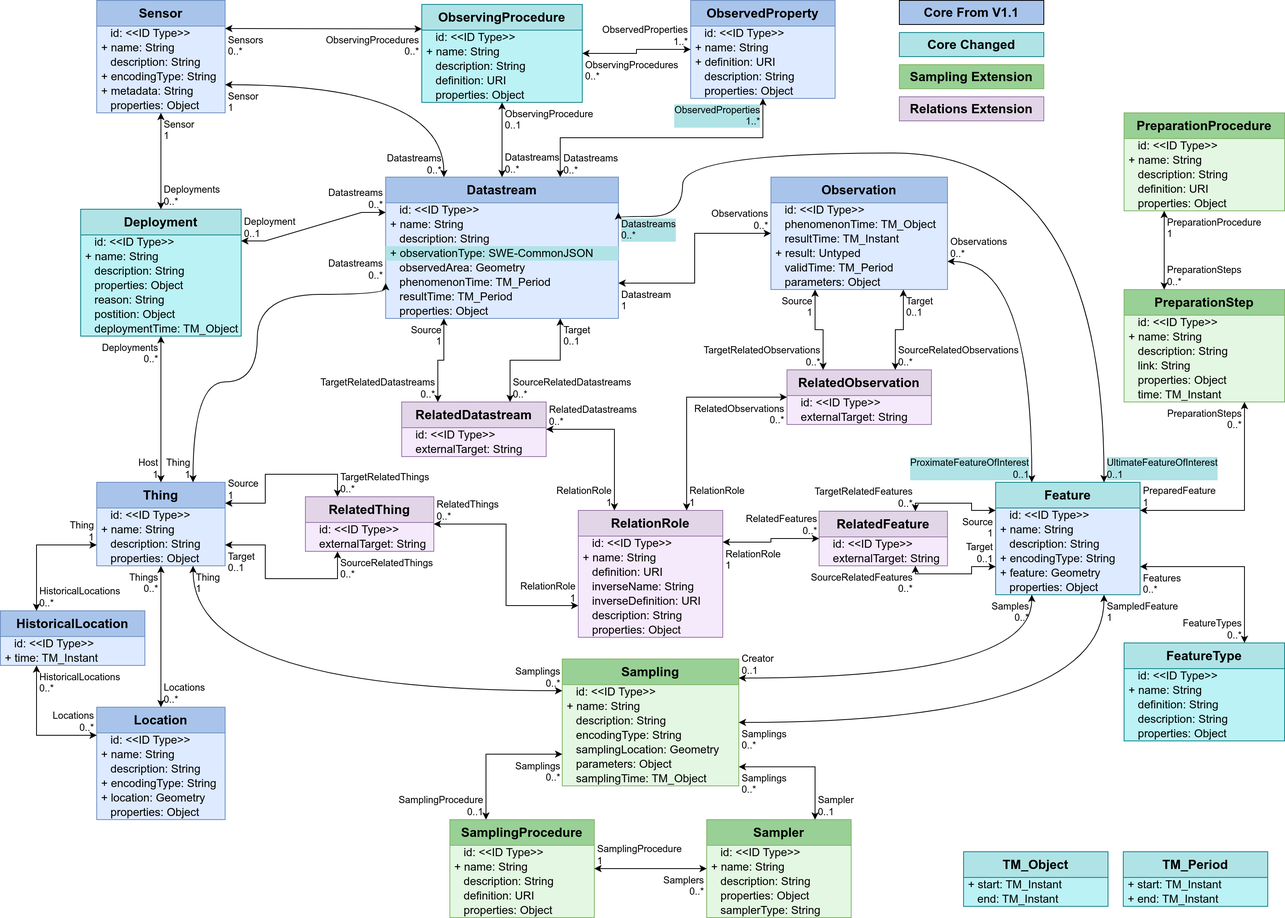
Above: figures/Datamodel-SensorThingsApi-V2-proposal-1.drawio.png in opengeospatial/sensorthings (draw.io), before the change. Source tidied: cells renumbered, new cells last; positions are measured from the earlier drawing's top-left corner, leaving out a move shared by most shapes.
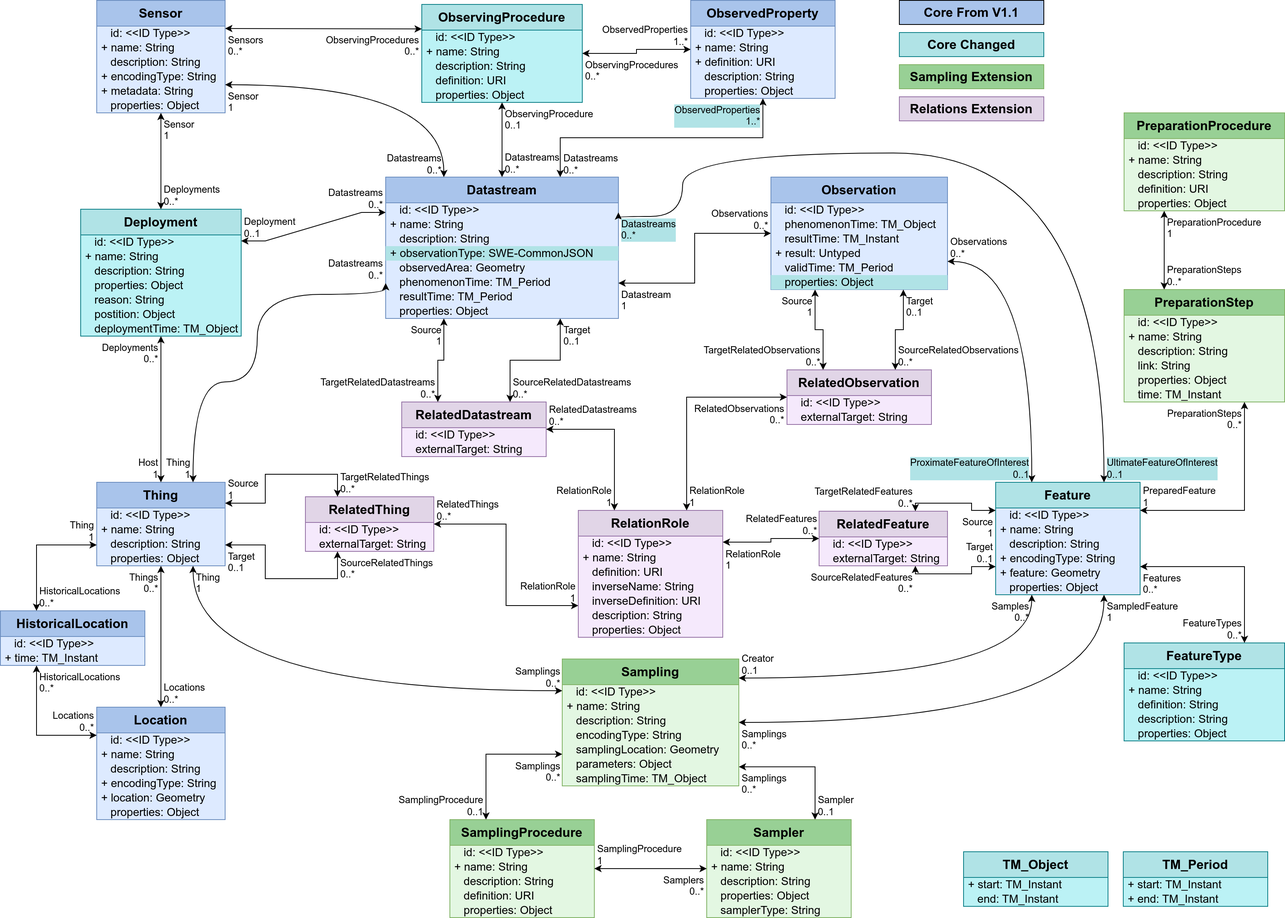
After the commit.

Commit message:
Renamed Observation/parameters to properties

Diff of the diagram source:
```diff
@@ -173,7 +173,7 @@
     <mxCell id="56" value="&amp;nbsp;&amp;nbsp;&amp;nbsp;validTime:&amp;nbsp;TM_Period" style="text;strokeColor=none;fillColor=none;align=left;verticalAlign=middle;spacingLeft=4;spacingRight=4;overflow=visible;html=1;fontSize=14;" parent="51" vertex="1">
       <mxGeometry y="104" width="220" height="18" as="geometry" />
     </mxCell>
-    <mxCell id="57" value="&amp;nbsp;&amp;nbsp;&amp;nbsp;parameters: Object" style="text;strokeColor=none;fillColor=none;align=left;verticalAlign=middle;spacingLeft=4;spacingRight=4;overflow=visible;html=1;fontSize=14;" parent="51" vertex="1">
+    <mxCell id="57" value="&amp;nbsp;&amp;nbsp;&amp;nbsp;properties: Object" style="text;strokeColor=none;fillColor=#b0e3e6;align=left;verticalAlign=middle;spacingLeft=4;spacingRight=4;overflow=visible;html=1;fontSize=14;" parent="51" vertex="1">
       <mxGeometry y="122" width="220" height="18" as="geometry" />
     </mxCell>
     <mxCell id="58" style="endArrow=classic;startArrow=classic;html=1;rounded=0;exitX=0;exitY=0.5;exitDx=0;exitDy=0;entryX=1;entryY=0.75;entryDx=0;entryDy=0;edgeStyle=orthogonalEdgeStyle;" parent="1" edge="1" source="51" target="2">
```
